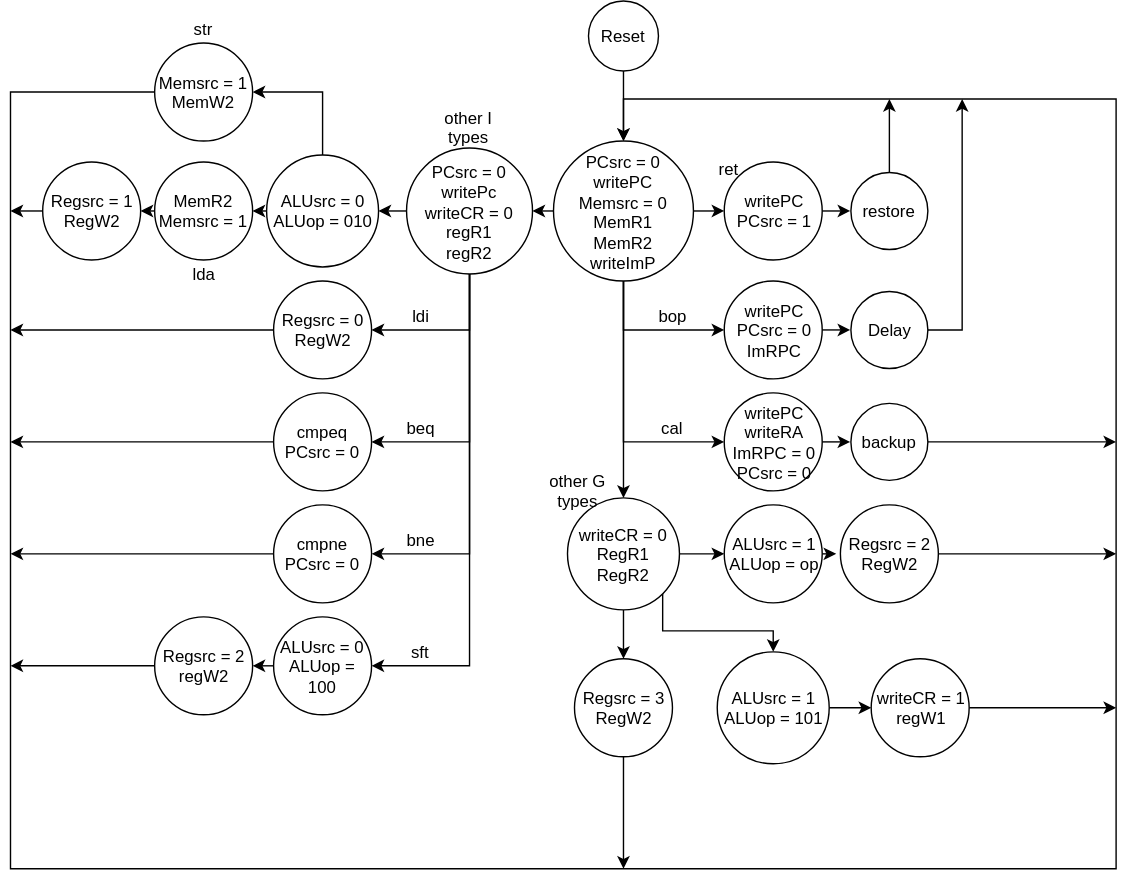
Baileymnm1999/Baej keeps this draw.io diagram as Design/images/FSM.svg. Above is the earlier version. Source tidied: cells renumbered, new cells last; positions are measured from the earlier drawing's top-left corner, leaving out a move shared by most shapes.
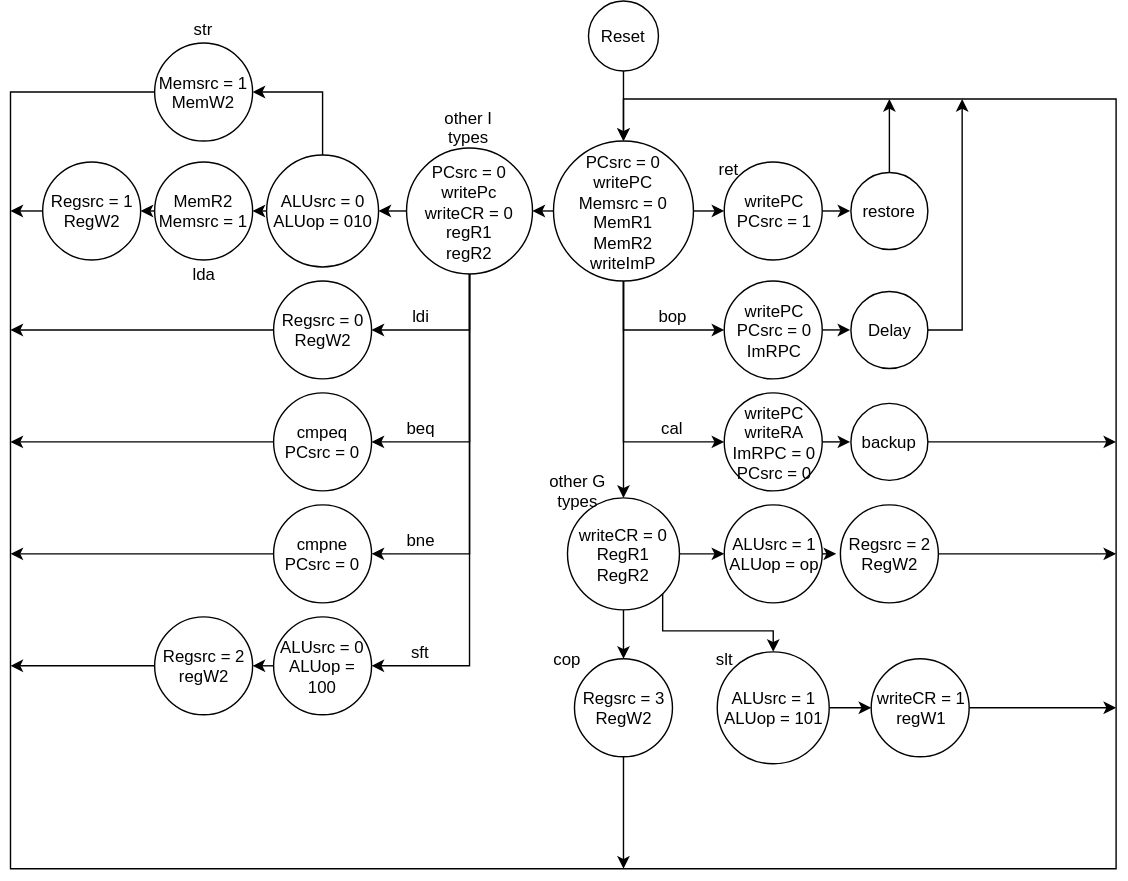
The same diagram one commit later.

What changed in the source:
```diff
@@ -251,5 +251,11 @@
     <mxCell id="71" value="str" style="text;html=1;strokeColor=none;fillColor=none;align=center;verticalAlign=middle;whiteSpace=wrap;rounded=0;" parent="1" vertex="1">
       <mxGeometry x="115" y="10" width="45" height="20" as="geometry" />
     </mxCell>
+    <mxCell id="72" value="cop" style="text;html=1;strokeColor=none;fillColor=none;align=center;verticalAlign=middle;whiteSpace=wrap;rounded=0;" parent="1" vertex="1">
+      <mxGeometry x="377.5" y="460" width="40" height="20" as="geometry" />
+    </mxCell>
+    <mxCell id="73" value="slt" style="text;html=1;strokeColor=none;fillColor=none;align=center;verticalAlign=middle;whiteSpace=wrap;rounded=0;" parent="1" vertex="1">
+      <mxGeometry x="490" y="460" width="40" height="20" as="geometry" />
+    </mxCell>
   </root>
 </mxGraphModel>
```
